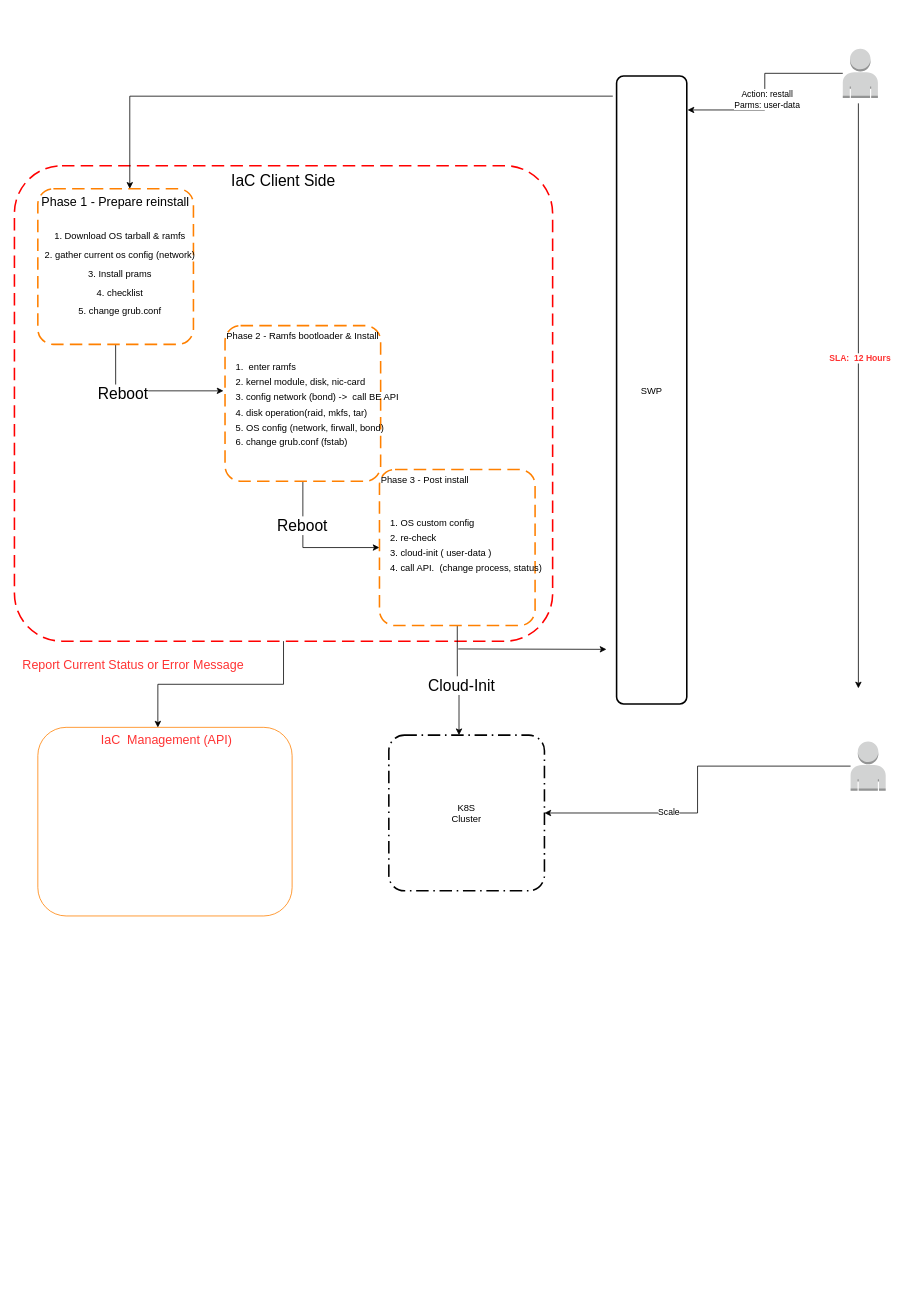
Before: osinit-soft.drawio in airdb/drawio, a draw.io diagram. Source tidied: cells renumbered, new cells numbered last; positions are measured from the earlier drawing's top-left corner, leaving out a move shared by most shapes. Both pictures are drawn from the tidied source at 78%, with x=0, y=0 at pixel (14, 48).
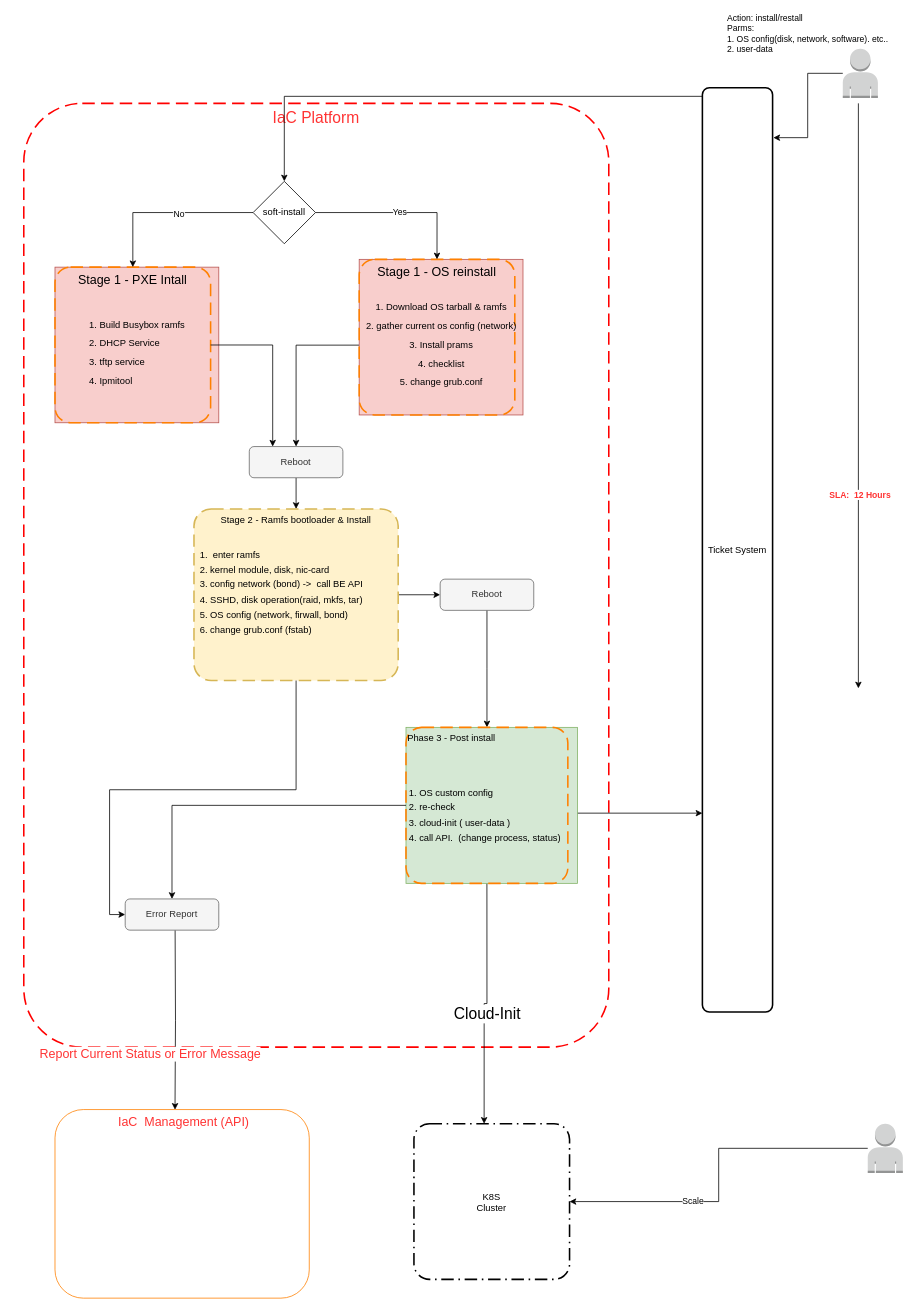
Above is the later version.

Unchanged cells that the change refers to:
```xml
<mxCell id="14" style="edgeStyle=orthogonalEdgeStyle;rounded=0;jettySize=auto;html=1;entryX=1.011;entryY=0.054;entryDx=0;entryDy=0;entryPerimeter=0;" parent="1" edge="1" source="16" target="18">
  <mxGeometry relative="1" as="geometry" />
</mxCell>
<mxCell id="22" style="endArrow=classic;html=1;rounded=0;" parent="1" edge="1">
  <mxGeometry relative="1" as="geometry">
    <mxPoint x="1082" y="70" as="sourcePoint" />
    <mxPoint x="1082" y="820" as="targetPoint" />
  </mxGeometry>
</mxCell>
```

What changed in the source:
```diff
@@
+    <mxCell id="29" value="IaC Platform" style="rounded=1;arcSize=10;dashed=1;strokeColor=#ff0000;fillColor=none;gradientColor=none;dashPattern=8 4;strokeWidth=2;verticalAlign=top;fontSize=20;fontColor=#FF3333;" parent="1" vertex="1">
+      <mxGeometry x="12" y="70" width="750" height="1210" as="geometry" />
+    </mxCell>
-    <mxCell id="2" value="Report Current Status or Error Message" style="edgeStyle=orthogonalEdgeStyle;rounded=0;jettySize=auto;html=1;entryX=0.472;entryY=0.001;entryDx=0;entryDy=0;entryPerimeter=0;fontSize=16;fontColor=#FF3333;" parent="1" edge="1" source="3" target="28">
+    <mxCell id="2" value="Report Current Status or Error Message" style="edgeStyle=orthogonalEdgeStyle;rounded=0;jettySize=auto;html=1;entryX=0.472;entryY=0.001;entryDx=0;entryDy=0;entryPerimeter=0;fontSize=16;fontColor=#FF3333;" parent="1" edge="1" target="28">
       <mxGeometry x="0.59" y="-40" relative="1" as="geometry">
+        <mxPoint x="206" y="1130" as="sourcePoint" />
         <mxPoint x="8" y="-24" as="offset" />
       </mxGeometry>
     </mxCell>
-    <mxCell id="3" value="IaC Client Side" style="rounded=1;arcSize=10;dashed=1;strokeColor=#ff0000;fillColor=none;gradientColor=none;dashPattern=8 4;strokeWidth=2;verticalAlign=top;fontSize=20;" parent="1" vertex="1">
-      <mxGeometry y="150" width="690" height="609.5" as="geometry" />
-    </mxCell>
-    <mxCell id="4" style="edgeStyle=orthogonalEdgeStyle;rounded=0;jettySize=auto;html=1;entryX=0;entryY=0.5;entryDx=0;entryDy=0;fontSize=20;" parent="1" edge="1" source="6" target="12">
-      <mxGeometry relative="1" as="geometry" />
-    </mxCell>
-    <mxCell id="5" value="Reboot" style="edgeLabel;html=1;align=center;verticalAlign=middle;fontSize=20;" parent="4" vertex="1">
-      <mxGeometry x="-0.39" y="-1" relative="1" as="geometry" />
-    </mxCell>
+    <mxCell id="30" style="edgeStyle=orthogonalEdgeStyle;rounded=0;jettySize=auto;html=1;entryX=0;entryY=0.5;entryDx=0;entryDy=0;" parent="1" edge="1" source="6" target="44">
+      <mxGeometry relative="1" as="geometry" />
+    </mxCell>
-    <mxCell id="6" value="Phase 2 - Ramfs bootloader &amp; Install&#10;" style="rounded=1;arcSize=10;dashed=1;strokeColor=#FF8000;fillColor=none;gradientColor=none;dashPattern=8 4;strokeWidth=2;verticalAlign=top;" parent="1" vertex="1">
-      <mxGeometry x="270" y="355" width="199.5" height="199.5" as="geometry" />
+    <mxCell id="6" value="Stage 2 - Ramfs bootloader &amp; Install&#10;" style="rounded=1;arcSize=10;dashed=1;strokeColor=#d6b656;fillColor=#fff2cc;dashPattern=8 4;strokeWidth=2;verticalAlign=top;" parent="1" vertex="1">
+      <mxGeometry x="230.2" y="590" width="261.8" height="220" as="geometry" />
     </mxCell>
-    <mxCell id="7" style="edgeStyle=orthogonalEdgeStyle;rounded=0;jettySize=auto;html=1;entryX=-0.01;entryY=0.419;entryDx=0;entryDy=0;entryPerimeter=0;fontSize=20;exitX=0.5;exitY=1;exitDx=0;exitDy=0;" parent="1" edge="1" source="9" target="6">
+    <mxCell id="7" style="edgeStyle=orthogonalEdgeStyle;rounded=0;jettySize=auto;html=1;fontSize=20;exitX=0;exitY=0.532;exitDx=0;exitDy=0;exitPerimeter=0;" parent="1" edge="1" source="25" target="41">
       <mxGeometry relative="1" as="geometry" />
     </mxCell>
-    <mxCell id="8" value="Reboot" style="edgeLabel;html=1;align=center;verticalAlign=middle;fontSize=20;" parent="7" vertex="1">
-      <mxGeometry x="-0.31" y="-3" relative="1" as="geometry" />
-    </mxCell>
-    <mxCell id="9" value="Phase 1 - Prepare reinstall&#10;" style="rounded=1;arcSize=10;dashed=1;strokeColor=#FF8000;fillColor=none;gradientColor=none;dashPattern=8 4;strokeWidth=2;verticalAlign=top;fontSize=16;" parent="1" vertex="1">
-      <mxGeometry x="30" y="179.5" width="199.5" height="199.5" as="geometry" />
-    </mxCell>
@@
-    <mxCell id="12" value="Phase 3 - Post install&#10;" style="rounded=1;arcSize=10;dashed=1;strokeColor=#FF8000;fillColor=none;gradientColor=none;dashPattern=8 4;strokeWidth=2;align=left;verticalAlign=top;" parent="1" vertex="1">
-      <mxGeometry x="468" y="539.5" width="199.5" height="200" as="geometry" />
-    </mxCell>
     <mxCell id="13" value="K8S&#10;Cluster" style="rounded=1;arcSize=10;dashed=1;fillColor=none;gradientColor=none;dashPattern=8 3 1 3;strokeWidth=2;" parent="1" vertex="1">
-      <mxGeometry x="480" y="880" width="199.5" height="199.5" as="geometry" />
+      <mxGeometry x="512.2" y="1378.2" width="199.5" height="199.5" as="geometry" />
     </mxCell>
@@
-    <mxCell id="15" value="Action: restall&lt;br&gt;Parms: user-data" style="edgeLabel;html=1;align=center;verticalAlign=middle;" parent="14" vertex="1">
-      <mxGeometry x="0.08" y="2" relative="1" as="geometry" />
+    <mxCell id="15" value="Action: install/restall&lt;br&gt;&lt;div style=&quot;&quot;&gt;Parms:&lt;/div&gt;&lt;div style=&quot;&quot;&gt;1. OS config(disk, network, software). etc..&lt;br&gt;2. user-data&lt;/div&gt;" style="edgeLabel;html=1;align=left;verticalAlign=middle;" parent="14" vertex="1">
+      <mxGeometry x="0.08" y="2" relative="1" as="geometry">
+        <mxPoint x="-107" y="-99" as="offset" />
+      </mxGeometry>
     </mxCell>
@@
-    <mxCell id="17" style="edgeStyle=orthogonalEdgeStyle;rounded=0;jettySize=auto;html=1;entryX=0.591;entryY=0;entryDx=0;entryDy=0;entryPerimeter=0;exitX=-0.054;exitY=0.032;exitDx=0;exitDy=0;exitPerimeter=0;" parent="1" edge="1" source="18" target="9">
+    <mxCell id="17" style="edgeStyle=orthogonalEdgeStyle;rounded=0;jettySize=auto;html=1;" parent="1" edge="1" source="18" target="39">
       <mxGeometry relative="1" as="geometry">
         <Array as="points">
-          <mxPoint x="148" y="61" />
+          <mxPoint x="346" y="61" />
         </Array>
       </mxGeometry>
     </mxCell>
-    <mxCell id="18" value="SWP" style="rounded=1;arcSize=10;dashed=0;fillColor=none;gradientColor=none;strokeWidth=2;" parent="1" vertex="1">
-      <mxGeometry x="772" y="35" width="90" height="805" as="geometry" />
+    <mxCell id="18" value="Ticket System" style="rounded=1;arcSize=10;dashed=0;fillColor=none;gradientColor=none;strokeWidth=2;" parent="1" vertex="1">
+      <mxGeometry x="882" y="50" width="90" height="1185" as="geometry" />
     </mxCell>
@@
     <mxCell id="21" style="outlineConnect=0;dashed=0;verticalLabelPosition=bottom;verticalAlign=top;align=center;html=1;shape=mxgraph.aws3.user;fillColor=#D2D3D3;gradientColor=none;" parent="1" vertex="1">
-      <mxGeometry x="1072" y="888.2" width="45" height="63" as="geometry" />
+      <mxGeometry x="1094" y="1378.2" width="45" height="63" as="geometry" />
     </mxCell>
@@
     <mxCell id="23" value="&lt;font color=&quot;#ff3333&quot;&gt;&lt;b&gt;SLA:&amp;nbsp; 12 Hours&lt;/b&gt;&lt;/font&gt;" style="edgeLabel;html=1;align=center;verticalAlign=middle;" parent="22" vertex="1">
-      <mxGeometry x="-0.13" y="1" relative="1" as="geometry" />
+      <mxGeometry x="-0.13" y="1" relative="1" as="geometry">
+        <mxPoint y="175" as="offset" />
+      </mxGeometry>
     </mxCell>
     <mxCell id="24" style="endArrow=classic;html=1;rounded=0;fontSize=20;" parent="1" edge="1">
       <mxGeometry relative="1" as="geometry">
-        <mxPoint x="569" y="769.5" as="sourcePoint" />
-        <mxPoint x="759" y="770" as="targetPoint" />
+        <mxPoint x="712" y="980" as="sourcePoint" />
+        <mxPoint x="882" y="980" as="targetPoint" />
       </mxGeometry>
     </mxCell>
+    <mxCell id="31" style="edgeStyle=orthogonalEdgeStyle;rounded=0;jettySize=auto;html=1;entryX=0;entryY=0.5;entryDx=0;entryDy=0;fontSize=20;fontColor=#FF3333;exitX=0.5;exitY=1;exitDx=0;exitDy=0;" parent="1" edge="1" source="6" target="46">
+      <mxGeometry relative="1" as="geometry" />
+    </mxCell>
+    <mxCell id="26" value="&lt;span style=&quot;color: rgb(0 , 0 , 0) ; font-size: 12px&quot;&gt;1.&amp;nbsp; enter ramfs&lt;/span&gt;&lt;br style=&quot;padding: 0px ; margin: 0px ; color: rgb(0 , 0 , 0) ; font-size: 12px&quot;&gt;&lt;span style=&quot;color: rgb(0 , 0 , 0) ; font-size: 12px&quot;&gt;2. kernel module, disk, nic-card&lt;/span&gt;&lt;br style=&quot;padding: 0px ; margin: 0px ; color: rgb(0 , 0 , 0) ; font-size: 12px&quot;&gt;&lt;span style=&quot;color: rgb(0 , 0 , 0) ; font-size: 12px&quot;&gt;3. config network (bond) -&amp;gt;&amp;nbsp; call BE API&lt;/span&gt;&lt;br style=&quot;padding: 0px ; margin: 0px ; color: rgb(0 , 0 , 0) ; font-size: 12px&quot;&gt;&lt;span style=&quot;color: rgb(0 , 0 , 0) ; font-size: 12px&quot;&gt;4. SSHD, disk operation(raid, mkfs, tar)&lt;/span&gt;&lt;br style=&quot;padding: 0px ; margin: 0px ; color: rgb(0 , 0 , 0) ; font-size: 12px&quot;&gt;&lt;span style=&quot;color: rgb(0 , 0 , 0) ; font-size: 12px&quot;&gt;5. OS config (network, firwall, bond)&lt;/span&gt;&lt;br style=&quot;padding: 0px ; margin: 0px ; color: rgb(0 , 0 , 0) ; font-size: 12px&quot;&gt;&lt;span style=&quot;color: rgb(0 , 0 , 0) ; font-size: 12px&quot;&gt;6. change grub.conf (fstab)&lt;/span&gt;" style="text;html=1;align=left;verticalAlign=middle;strokeColor=none;fillColor=none;fontSize=16;fontColor=#FF3333;" parent="1" vertex="1">
+      <mxGeometry x="236" y="630" width="220" height="130" as="geometry" />
+    </mxCell>
+    <mxCell id="28" value="&amp;nbsp;IaC&amp;nbsp; Management (API)" style="rounded=1;whiteSpace=wrap;html=1;fontSize=16;fontColor=#FF3333;strokeColor=#FF8000;fillColor=#FFFFFF;align=center;verticalAlign=top;" parent="1" vertex="1">
+      <mxGeometry x="52" y="1360" width="326" height="241.8" as="geometry" />
+    </mxCell>
+    <mxCell id="32" style="group;fillColor=#f8cecc;strokeColor=#b85450;" parent="1" vertex="1">
+      <mxGeometry x="442" y="270" width="210" height="199.5" as="geometry" />
+    </mxCell>
+    <mxCell id="9" value="Stage 1 - OS reinstall&#10;" style="rounded=1;arcSize=10;dashed=1;strokeColor=#FF8000;fillColor=none;gradientColor=none;dashPattern=8 4;strokeWidth=2;verticalAlign=top;fontSize=16;" parent="32" vertex="1">
+      <mxGeometry width="199.5" height="199.5" as="geometry" />
+    </mxCell>
-    <mxCell id="25" value="&lt;span style=&quot;color: rgb(0 , 0 , 0) ; font-size: 12px&quot;&gt;1. Download OS tarball &amp;amp; ramfs&lt;/span&gt;&lt;br style=&quot;padding: 0px ; margin: 0px ; color: rgb(0 , 0 , 0) ; font-size: 12px&quot;&gt;&lt;span style=&quot;color: rgb(0 , 0 , 0) ; font-size: 12px&quot;&gt;2. gather current os config (network)&lt;/span&gt;&lt;br style=&quot;padding: 0px ; margin: 0px ; color: rgb(0 , 0 , 0) ; font-size: 12px&quot;&gt;&lt;span style=&quot;color: rgb(0 , 0 , 0) ; font-size: 12px&quot;&gt;3. Install prams&lt;/span&gt;&lt;br style=&quot;padding: 0px ; margin: 0px ; color: rgb(0 , 0 , 0) ; font-size: 12px&quot;&gt;&lt;span style=&quot;color: rgb(0 , 0 , 0) ; font-size: 12px&quot;&gt;4. checklist&lt;/span&gt;&lt;br style=&quot;padding: 0px ; margin: 0px ; color: rgb(0 , 0 , 0) ; font-size: 12px&quot;&gt;&lt;span style=&quot;color: rgb(0 , 0 , 0) ; font-size: 12px&quot;&gt;5. change grub.conf&lt;/span&gt;" style="text;html=1;align=center;verticalAlign=middle;points=[];strokeColor=none;fillColor=none;fontSize=20;fontColor=#FF3333;" parent="1" vertex="1">
-      <mxGeometry x="30" y="215" width="210" height="140" as="geometry" />
+    <mxCell id="25" value="&lt;span style=&quot;color: rgb(0 , 0 , 0) ; font-size: 12px&quot;&gt;1. Download OS tarball &amp;amp; ramfs&lt;/span&gt;&lt;br style=&quot;padding: 0px ; margin: 0px ; color: rgb(0 , 0 , 0) ; font-size: 12px&quot;&gt;&lt;span style=&quot;color: rgb(0 , 0 , 0) ; font-size: 12px&quot;&gt;2. gather current os config (network)&lt;/span&gt;&lt;br style=&quot;padding: 0px ; margin: 0px ; color: rgb(0 , 0 , 0) ; font-size: 12px&quot;&gt;&lt;span style=&quot;color: rgb(0 , 0 , 0) ; font-size: 12px&quot;&gt;3. Install prams&lt;/span&gt;&lt;br style=&quot;padding: 0px ; margin: 0px ; color: rgb(0 , 0 , 0) ; font-size: 12px&quot;&gt;&lt;span style=&quot;color: rgb(0 , 0 , 0) ; font-size: 12px&quot;&gt;4. checklist&lt;/span&gt;&lt;br style=&quot;padding: 0px ; margin: 0px ; color: rgb(0 , 0 , 0) ; font-size: 12px&quot;&gt;&lt;span style=&quot;color: rgb(0 , 0 , 0) ; font-size: 12px&quot;&gt;5. change grub.conf&lt;/span&gt;" style="text;html=1;align=center;verticalAlign=middle;points=[];strokeColor=none;fillColor=none;fontSize=20;fontColor=#FF3333;" parent="32" vertex="1">
+      <mxGeometry y="35.5" width="210" height="140" as="geometry" />
     </mxCell>
-    <mxCell id="26" value="&lt;span style=&quot;color: rgb(0 , 0 , 0) ; font-size: 12px&quot;&gt;1.&amp;nbsp; enter ramfs&lt;/span&gt;&lt;br style=&quot;padding: 0px ; margin: 0px ; color: rgb(0 , 0 , 0) ; font-size: 12px&quot;&gt;&lt;span style=&quot;color: rgb(0 , 0 , 0) ; font-size: 12px&quot;&gt;2. kernel module, disk, nic-card&lt;/span&gt;&lt;br style=&quot;padding: 0px ; margin: 0px ; color: rgb(0 , 0 , 0) ; font-size: 12px&quot;&gt;&lt;span style=&quot;color: rgb(0 , 0 , 0) ; font-size: 12px&quot;&gt;3. config network (bond) -&amp;gt;&amp;nbsp; call BE API&lt;/span&gt;&lt;br style=&quot;padding: 0px ; margin: 0px ; color: rgb(0 , 0 , 0) ; font-size: 12px&quot;&gt;&lt;span style=&quot;color: rgb(0 , 0 , 0) ; font-size: 12px&quot;&gt;4. disk operation(raid, mkfs, tar)&lt;/span&gt;&lt;br style=&quot;padding: 0px ; margin: 0px ; color: rgb(0 , 0 , 0) ; font-size: 12px&quot;&gt;&lt;span style=&quot;color: rgb(0 , 0 , 0) ; font-size: 12px&quot;&gt;5. OS config (network, firwall, bond)&lt;/span&gt;&lt;br style=&quot;padding: 0px ; margin: 0px ; color: rgb(0 , 0 , 0) ; font-size: 12px&quot;&gt;&lt;span style=&quot;color: rgb(0 , 0 , 0) ; font-size: 12px&quot;&gt;6. change grub.conf (fstab)&lt;/span&gt;" style="text;html=1;align=left;verticalAlign=middle;strokeColor=none;fillColor=none;fontSize=16;fontColor=#FF3333;" parent="1" vertex="1">
-      <mxGeometry x="282" y="389.8" width="220" height="130" as="geometry" />
-    </mxCell>
+    <mxCell id="33" style="group;fillColor=#f8cecc;strokeColor=#b85450;" parent="1" vertex="1">
+      <mxGeometry x="52" y="280" width="210" height="199.5" as="geometry" />
+    </mxCell>
+    <mxCell id="34" value="Stage 1 - PXE Intall&#10;" style="rounded=1;arcSize=10;dashed=1;strokeColor=#FF8000;fillColor=none;gradientColor=none;dashPattern=8 4;strokeWidth=2;verticalAlign=top;fontSize=16;" parent="33" vertex="1">
+      <mxGeometry width="199.5" height="199.5" as="geometry" />
+    </mxCell>
+    <mxCell id="35" value="&lt;div style=&quot;text-align: left;&quot;&gt;&lt;/div&gt;&lt;font color=&quot;#000000&quot;&gt;&lt;div style=&quot;text-align: left;&quot;&gt;&lt;span style=&quot;font-size: 12px; background-color: initial;&quot;&gt;1. Build Busybox ramfs&lt;br&gt;2. DHCP Service&lt;br&gt;3. tftp service&lt;br&gt;4. Ipmitool&lt;/span&gt;&lt;/div&gt;&lt;/font&gt;" style="text;html=1;align=center;verticalAlign=middle;strokeColor=none;fillColor=none;fontSize=20;fontColor=#FF3333;" parent="33" vertex="1">
+      <mxGeometry x="35" y="50.5" width="140" height="110" as="geometry" />
+    </mxCell>
+    <mxCell id="36" value="Yes" style="edgeStyle=orthogonalEdgeStyle;rounded=0;jettySize=auto;html=1;entryX=0.5;entryY=0;entryDx=0;entryDy=0;" parent="1" edge="1" source="39" target="9">
+      <mxGeometry relative="1" as="geometry" />
+    </mxCell>
+    <mxCell id="37" style="edgeStyle=orthogonalEdgeStyle;rounded=0;jettySize=auto;html=1;" parent="1" edge="1" source="39" target="34">
+      <mxGeometry relative="1" as="geometry" />
+    </mxCell>
+    <mxCell id="38" value="No" style="edgeLabel;html=1;align=center;verticalAlign=middle;" parent="37" vertex="1">
+      <mxGeometry x="-0.14" y="1" relative="1" as="geometry" />
+    </mxCell>
+    <mxCell id="39" value="soft-install" style="rhombus;whiteSpace=wrap;html=1;" parent="1" vertex="1">
+      <mxGeometry x="306" y="170" width="80" height="80" as="geometry" />
+    </mxCell>
+    <mxCell id="40" style="edgeStyle=orthogonalEdgeStyle;rounded=0;jettySize=auto;html=1;entryX=0.5;entryY=0;entryDx=0;entryDy=0;" parent="1" edge="1" source="41" target="6">
+      <mxGeometry relative="1" as="geometry" />
+    </mxCell>
+    <mxCell id="41" value="Reboot" style="rounded=1;whiteSpace=wrap;html=1;fillColor=#f5f5f5;fontColor=#333333;strokeColor=#666666;" parent="1" vertex="1">
+      <mxGeometry x="301.1" y="510" width="120" height="40" as="geometry" />
+    </mxCell>
+    <mxCell id="42" style="edgeStyle=orthogonalEdgeStyle;rounded=0;jettySize=auto;html=1;entryX=0.25;entryY=0;entryDx=0;entryDy=0;" parent="1" edge="1" source="34" target="41">
+      <mxGeometry relative="1" as="geometry" />
+    </mxCell>
+    <mxCell id="43" style="edgeStyle=orthogonalEdgeStyle;rounded=0;jettySize=auto;html=1;" parent="1" edge="1" source="44" target="12">
+      <mxGeometry relative="1" as="geometry" />
+    </mxCell>
+    <mxCell id="44" value="Reboot" style="rounded=1;whiteSpace=wrap;html=1;fillColor=#f5f5f5;fontColor=#333333;strokeColor=#666666;" parent="1" vertex="1">
+      <mxGeometry x="545.8" y="680" width="120" height="40" as="geometry" />
+    </mxCell>
+    <mxCell id="45" style="group;fillColor=#d5e8d4;strokeColor=#82b366;" parent="1" vertex="1">
+      <mxGeometry x="502" y="870" width="220" height="200" as="geometry" />
+    </mxCell>
+    <mxCell id="12" value="Phase 3 - Post install&#10;" style="rounded=1;arcSize=10;dashed=1;strokeColor=#FF8000;fillColor=none;gradientColor=none;dashPattern=8 4;strokeWidth=2;align=left;verticalAlign=top;" parent="45" vertex="1">
+      <mxGeometry width="207.5" height="200" as="geometry" />
+    </mxCell>
-    <mxCell id="27" value="&lt;span style=&quot;color: rgb(0 , 0 , 0) ; font-size: 12px&quot;&gt;1. OS custom config&lt;/span&gt;&lt;br style=&quot;padding: 0px ; margin: 0px ; color: rgb(0 , 0 , 0) ; font-size: 12px&quot;&gt;&lt;span style=&quot;color: rgb(0 , 0 , 0) ; font-size: 12px&quot;&gt;2. re-check&lt;/span&gt;&lt;br style=&quot;padding: 0px ; margin: 0px ; color: rgb(0 , 0 , 0) ; font-size: 12px&quot;&gt;&lt;span style=&quot;color: rgb(0 , 0 , 0) ; font-size: 12px&quot;&gt;3. cloud-init ( user-data )&lt;/span&gt;&lt;br style=&quot;padding: 0px ; margin: 0px ; color: rgb(0 , 0 , 0) ; font-size: 12px&quot;&gt;&lt;span style=&quot;color: rgb(0 , 0 , 0) ; font-size: 12px&quot;&gt;4. call API.&amp;nbsp; (change process, status)&lt;/span&gt;" style="text;html=1;align=left;verticalAlign=middle;strokeColor=none;fillColor=none;fontSize=16;fontColor=#FF3333;" parent="1" vertex="1">
-      <mxGeometry x="480" y="590" width="210" height="90" as="geometry" />
+    <mxCell id="27" value="&lt;span style=&quot;color: rgb(0 , 0 , 0) ; font-size: 12px&quot;&gt;1. OS custom config&lt;/span&gt;&lt;br style=&quot;padding: 0px ; margin: 0px ; color: rgb(0 , 0 , 0) ; font-size: 12px&quot;&gt;&lt;span style=&quot;color: rgb(0 , 0 , 0) ; font-size: 12px&quot;&gt;2. re-check&lt;/span&gt;&lt;br style=&quot;padding: 0px ; margin: 0px ; color: rgb(0 , 0 , 0) ; font-size: 12px&quot;&gt;&lt;span style=&quot;color: rgb(0 , 0 , 0) ; font-size: 12px&quot;&gt;3. cloud-init ( user-data )&lt;/span&gt;&lt;br style=&quot;padding: 0px ; margin: 0px ; color: rgb(0 , 0 , 0) ; font-size: 12px&quot;&gt;&lt;span style=&quot;color: rgb(0 , 0 , 0) ; font-size: 12px&quot;&gt;4. call API.&amp;nbsp; (change process, status)&lt;/span&gt;" style="text;html=1;align=left;verticalAlign=middle;strokeColor=none;fillColor=none;fontSize=16;fontColor=#FF3333;" parent="45" vertex="1">
+      <mxGeometry x="1.6" y="65.5" width="210" height="90" as="geometry" />
     </mxCell>
-    <mxCell id="28" value="&amp;nbsp;IaC&amp;nbsp; Management (API)" style="rounded=1;whiteSpace=wrap;html=1;fontSize=16;fontColor=#FF3333;strokeColor=#FF8000;fillColor=#FFFFFF;align=center;verticalAlign=top;" parent="1" vertex="1">
-      <mxGeometry x="30" y="870" width="326" height="241.8" as="geometry" />
-    </mxCell>
+    <mxCell id="46" value="Error Report" style="rounded=1;whiteSpace=wrap;html=1;fillColor=#f5f5f5;fontColor=#333333;strokeColor=#666666;" parent="1" vertex="1">
+      <mxGeometry x="142" y="1090" width="120" height="40" as="geometry" />
+    </mxCell>
+    <mxCell id="47" style="edgeStyle=orthogonalEdgeStyle;rounded=0;jettySize=auto;html=1;fontSize=20;fontColor=#FF3333;" parent="1" edge="1" source="12" target="46">
+      <mxGeometry relative="1" as="geometry" />
+    </mxCell>
```
